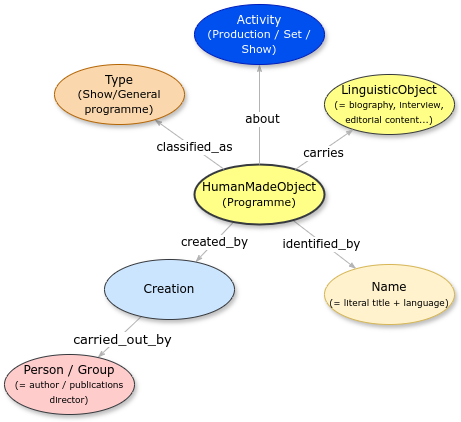
stage-to-data/linked-art-pa keeps this draw.io diagram as Figures-Cookbook/Programme.drawio.png. Above is the earlier version. Source tidied: cells renumbered, new cells last; positions are measured from the earlier drawing's top-left corner, leaving out a move shared by most shapes.
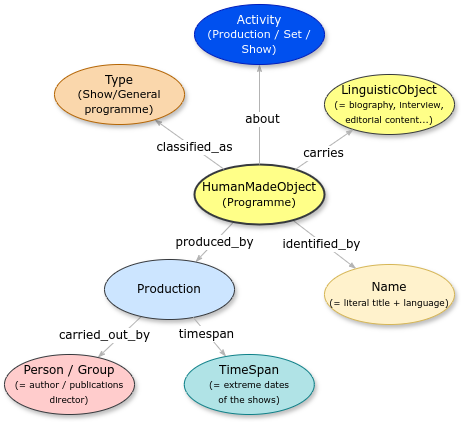
The same diagram one commit later.

What changed in the source:
```diff
@@ -8,7 +8,7 @@
     <mxCell id="3" value="&lt;font style=&quot;font-size: 12px;&quot; face=&quot;Verdana&quot;&gt;identified_by&lt;/font&gt;" style="edgeLabel;html=1;align=center;verticalAlign=middle;labelBackgroundColor=#FFFFFF;" parent="2" vertex="1">
       <mxGeometry x="-0.08" y="-2" relative="1" as="geometry" />
     </mxCell>
-    <mxCell id="4" value="created_by" style="edgeStyle=none;rounded=1;html=1;labelBackgroundColor=#FFFFFF;startArrow=none;startFill=0;startSize=5;endArrow=classicThin;endFill=1;endSize=5;jettySize=auto;strokeColor=#B3B3B3;strokeWidth=1;fontFamily=Verdana;fontSize=12;" parent="1" edge="1" source="5" target="9">
+    <mxCell id="4" value="produced_by" style="edgeStyle=none;rounded=1;html=1;labelBackgroundColor=#FFFFFF;startArrow=none;startFill=0;startSize=5;endArrow=classicThin;endFill=1;endSize=5;jettySize=auto;strokeColor=#B3B3B3;strokeWidth=1;fontFamily=Verdana;fontSize=12;" parent="1" edge="1" source="5" target="9">
       <mxGeometry relative="1" as="geometry" />
     </mxCell>
     <mxCell id="5" value="&lt;div&gt;&lt;span style=&quot;background-color: initial;&quot;&gt;HumanMadeObject&lt;/span&gt;&lt;/div&gt;&lt;div&gt;&lt;span style=&quot;font-size: 11px; background-color: initial;&quot;&gt;(Programme&lt;/span&gt;&lt;span style=&quot;font-size: 11px; background-color: initial;&quot;&gt;)&lt;/span&gt;&lt;/div&gt;" style="ellipse;whiteSpace=wrap;html=1;rounded=0;shadow=1;comic=0;labelBackgroundColor=none;strokeWidth=2;fontFamily=Verdana;fontSize=12;align=center;fillColor=#ffff88;strokeColor=#36393d;" parent="1" vertex="1">
@@ -20,10 +20,12 @@
     <mxCell id="7" style="edgeStyle=none;rounded=1;html=1;labelBackgroundColor=none;startArrow=none;startFill=0;startSize=5;endArrow=classicThin;endFill=1;endSize=5;jettySize=auto;strokeColor=#B3B3B3;strokeWidth=1;fontFamily=Verdana;fontSize=12;" parent="1" edge="1" source="9" target="10">
       <mxGeometry relative="1" as="geometry" />
     </mxCell>
-    <mxCell id="8" value="&lt;font style=&quot;font-size: 13px;&quot; face=&quot;Verdana&quot;&gt;carried_out_by&lt;/font&gt;" style="edgeLabel;html=1;align=center;verticalAlign=middle;" parent="7" vertex="1">
-      <mxGeometry x="-0.03" y="3" relative="1" as="geometry" />
+    <mxCell id="8" value="&lt;font style=&quot;font-size: 12px;&quot; face=&quot;Verdana&quot;&gt;carried_out_by&lt;/font&gt;" style="edgeLabel;html=1;align=center;verticalAlign=middle;" parent="7" vertex="1">
+      <mxGeometry x="-0.03" y="3" relative="1" as="geometry">
+        <mxPoint x="-18" y="-4" as="offset" />
+      </mxGeometry>
     </mxCell>
-    <mxCell id="9" value="&lt;span&gt;Creation&lt;/span&gt;" style="ellipse;whiteSpace=wrap;html=1;rounded=0;shadow=1;comic=0;labelBackgroundColor=none;strokeWidth=1;fontFamily=Verdana;fontSize=12;align=center;fillColor=#cce5ff;strokeColor=#36393d;" parent="1" vertex="1">
+    <mxCell id="9" value="&lt;span&gt;Production&lt;/span&gt;" style="ellipse;whiteSpace=wrap;html=1;rounded=0;shadow=1;comic=0;labelBackgroundColor=none;strokeWidth=1;fontFamily=Verdana;fontSize=12;align=center;fillColor=#cce5ff;strokeColor=#36393d;" parent="1" vertex="1">
       <mxGeometry x="100" y="255" width="130" height="60" as="geometry" />
     </mxCell>
     <mxCell id="10" value="&lt;span&gt;Person / Group&lt;/span&gt;&lt;div&gt;&lt;span&gt;&lt;font style=&quot;font-size: 9px;&quot;&gt;(= author / publications director)&lt;/font&gt;&lt;/span&gt;&lt;/div&gt;" style="ellipse;whiteSpace=wrap;html=1;rounded=0;shadow=1;comic=0;labelBackgroundColor=none;strokeWidth=1;fontFamily=Verdana;fontSize=12;align=center;fillColor=#ffcccc;strokeColor=#36393d;" parent="1" vertex="1">
@@ -58,5 +60,14 @@
     <mxCell id="19" value="&lt;span&gt;Activity&lt;/span&gt;&lt;div&gt;&lt;span&gt;&lt;font style=&quot;font-size: 11px;&quot;&gt;(Production / Set / Show)&lt;/font&gt;&lt;/span&gt;&lt;/div&gt;" style="ellipse;whiteSpace=wrap;html=1;rounded=0;shadow=1;comic=0;labelBackgroundColor=none;strokeWidth=1;fontFamily=Verdana;fontSize=12;align=center;fillColor=#0050ef;strokeColor=#001DBC;fontColor=#ffffff;" parent="1" vertex="1">
       <mxGeometry x="190" width="130" height="60" as="geometry" />
     </mxCell>
+    <mxCell id="20" style="edgeStyle=none;rounded=1;html=1;labelBackgroundColor=none;startArrow=none;startFill=0;startSize=5;endArrow=classicThin;endFill=1;endSize=5;jettySize=auto;strokeColor=#B3B3B3;strokeWidth=1;fontFamily=Verdana;fontSize=12;" parent="1" edge="1" source="9" target="22">
+      <mxGeometry relative="1" as="geometry" />
+    </mxCell>
+    <mxCell id="21" value="&lt;font face=&quot;Verdana&quot; style=&quot;font-size: 12px; background-color: rgb(255, 255, 255);&quot;&gt;timespan&lt;/font&gt;" style="edgeLabel;html=1;align=center;verticalAlign=middle;" parent="20" vertex="1">
+      <mxGeometry x="-0.16" y="-1" relative="1" as="geometry" />
+    </mxCell>
+    <mxCell id="22" value="&lt;span&gt;TimeSpan&lt;/span&gt;&lt;div&gt;&lt;span&gt;&lt;font style=&quot;font-size: 9px;&quot;&gt;(= extreme dates&lt;/font&gt;&lt;/span&gt;&lt;/div&gt;&lt;div&gt;&lt;span&gt;&lt;font style=&quot;font-size: 9px;&quot;&gt;of the&amp;nbsp;&lt;/font&gt;&lt;/span&gt;&lt;span style=&quot;font-size: 9px; background-color: transparent; color: light-dark(rgb(0, 0, 0), rgb(255, 255, 255));&quot;&gt;shows)&lt;/span&gt;&lt;/div&gt;" style="ellipse;whiteSpace=wrap;html=1;rounded=0;shadow=1;comic=0;labelBackgroundColor=none;strokeWidth=1;fontFamily=Verdana;fontSize=12;align=center;fillColor=#b0e3e6;strokeColor=#0e8088;" parent="1" vertex="1">
+      <mxGeometry x="179.8" y="350" width="130" height="60" as="geometry" />
+    </mxCell>
   </root>
 </mxGraphModel>
```
